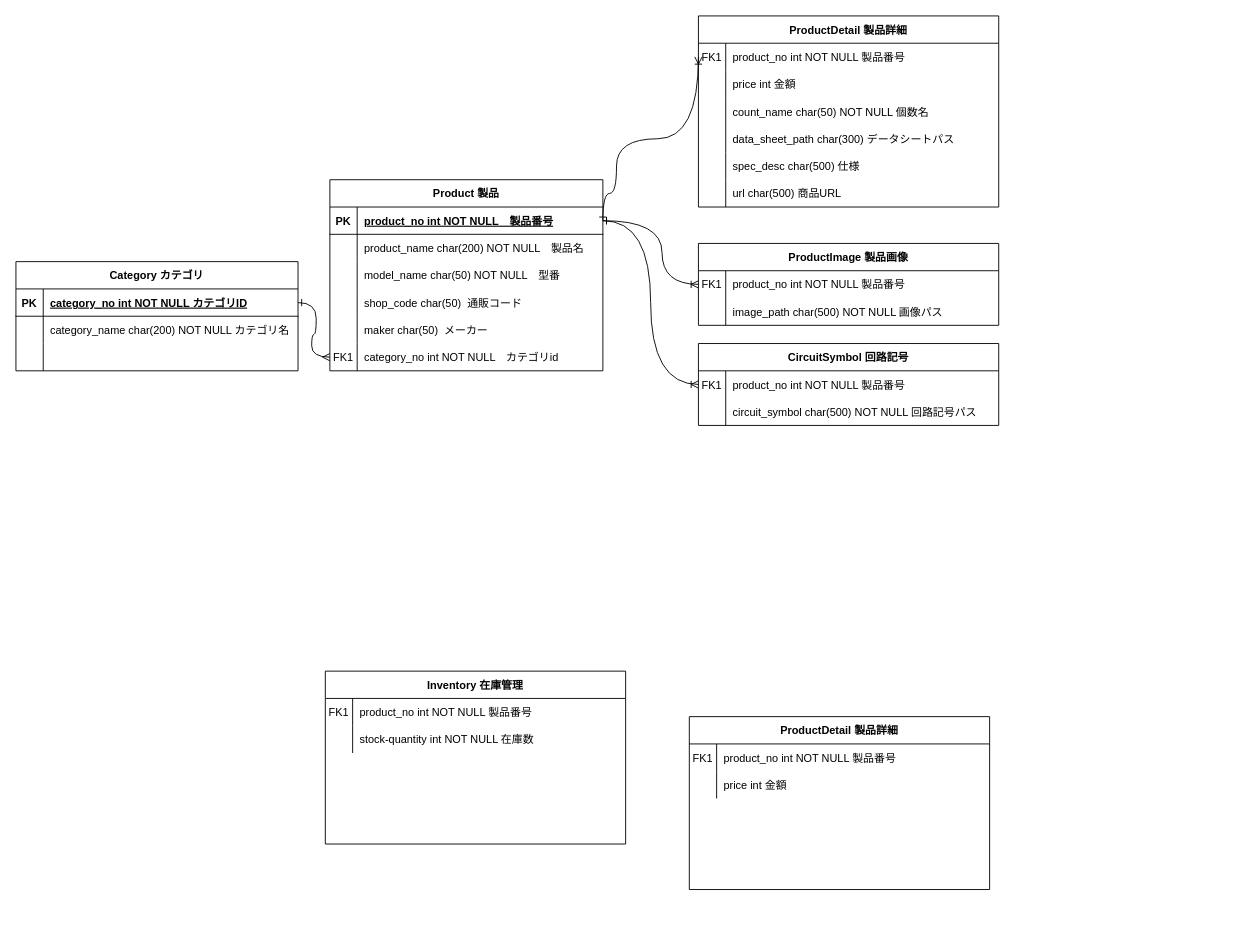
This is 電子部品管理.drawio from DJ956/Electronic-Parts-Inventory-Management-System, a draw.io file, before an edit. Source tidied: cells renumbered, new cells numbered last; positions are measured from the earlier drawing's top-left corner, leaving out a move shared by most shapes. Both pictures are drawn from the tidied source at 91%, with x=0, y=0 at pixel (15, 15).
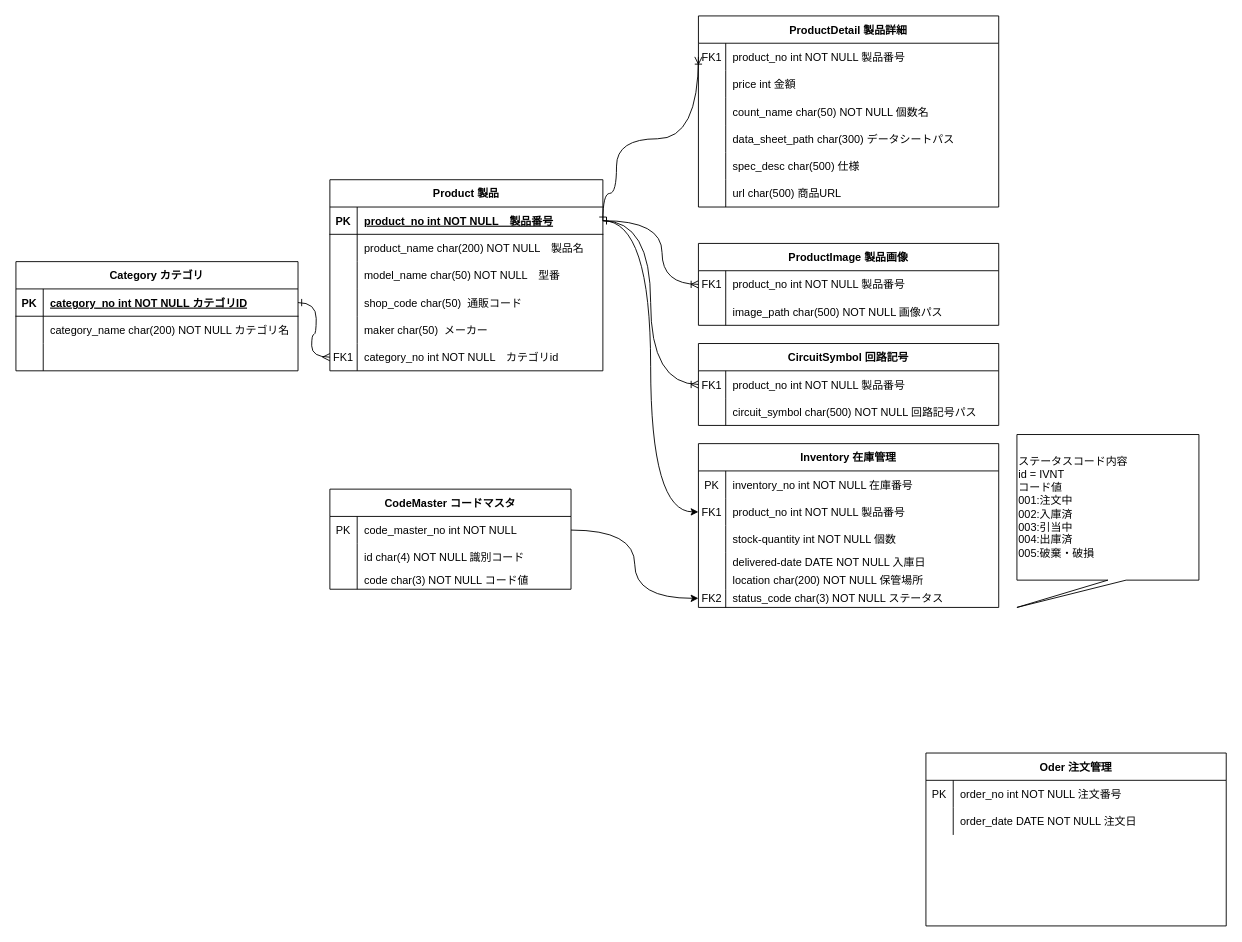
The same page after the edit.

Unchanged cells that the change refers to:
```xml
<mxCell id="3" style="shape=partialRectangle;fillColor=none;points=[[0,0.5],[1,0.5]];portConstraint=eastwest;top=0;left=0;right=0;bottom=1;" parent="2" vertex="1">
  <mxGeometry y="30" width="300" height="30" as="geometry" />
</mxCell>
<mxCell id="53" style="shape=partialRectangle;fillColor=none;top=0;left=0;right=0;bottom=0;" parent="52" vertex="1">
  <mxGeometry y="30" width="330" height="30" as="geometry" />
</mxCell>
<mxCell id="56" style="shape=partialRectangle;fillColor=none;top=0;left=0;right=0;bottom=0;" parent="52" vertex="1">
  <mxGeometry y="60" width="330" height="30" as="geometry" />
</mxCell>
```

Change to the diagram source:
```diff
@@
-    <mxCell id="52" value="ProductDetail 製品詳細" style="shape=table;startSize=30;childLayout=tableLayout;rowLines=0;fontStyle=1;align=center;" parent="1" vertex="1">
-      <mxGeometry x="740" y="770" width="330" height="190" as="geometry" />
+    <mxCell id="52" value="Oder 注文管理" style="shape=table;startSize=30;childLayout=tableLayout;rowLines=0;fontStyle=1;align=center;" parent="1" vertex="1">
+      <mxGeometry x="1000" y="810" width="330" height="190" as="geometry" />
     </mxCell>
@@
-    <mxCell id="54" value="FK1" style="shape=partialRectangle;overflow=hidden;fillColor=none;top=0;left=0;bottom=0;right=0;" parent="53" vertex="1">
+    <mxCell id="54" value="PK" style="shape=partialRectangle;overflow=hidden;fillColor=none;top=0;left=0;bottom=0;right=0;" parent="53" vertex="1">
       <mxGeometry width="30" height="30" as="geometry" />
     </mxCell>
-    <mxCell id="55" value="product_no int NOT NULL 製品番号" style="shape=partialRectangle;overflow=hidden;fillColor=none;top=0;left=0;bottom=0;right=0;align=left;spacingLeft=6;" parent="53" vertex="1">
+    <mxCell id="55" value="order_no int NOT NULL 注文番号" style="shape=partialRectangle;overflow=hidden;fillColor=none;top=0;left=0;bottom=0;right=0;align=left;spacingLeft=6;" parent="53" vertex="1">
       <mxGeometry x="30" width="300" height="30" as="geometry" />
     </mxCell>
@@
-    <mxCell id="58" value="price int 金額" style="shape=partialRectangle;overflow=hidden;fillColor=none;top=0;left=0;bottom=0;right=0;align=left;spacingLeft=6;" parent="56" vertex="1">
+    <mxCell id="58" value="order_date DATE NOT NULL 注文日" style="shape=partialRectangle;overflow=hidden;fillColor=none;top=0;left=0;bottom=0;right=0;align=left;spacingLeft=6;" parent="56" vertex="1">
       <mxGeometry x="30" width="300" height="30" as="geometry" />
     </mxCell>
@@
     <mxCell id="75" value="Inventory 在庫管理" style="shape=table;startSize=30;childLayout=tableLayout;rowLines=0;fontStyle=1;align=center;" parent="1" vertex="1">
-      <mxGeometry x="340" y="720" width="330" height="190" as="geometry" />
+      <mxGeometry x="750" y="470" width="330" height="180" as="geometry" />
     </mxCell>
+    <mxCell id="82" style="shape=partialRectangle;fillColor=none;top=0;left=0;right=0;bottom=0;" parent="75" vertex="1">
+      <mxGeometry y="30" width="330" height="30" as="geometry" />
+    </mxCell>
+    <mxCell id="83" value="PK" style="shape=partialRectangle;overflow=hidden;fillColor=none;top=0;left=0;bottom=0;right=0;" parent="82" vertex="1">
+      <mxGeometry width="30" height="30" as="geometry" />
+    </mxCell>
+    <mxCell id="84" value="inventory_no int NOT NULL 在庫番号" style="shape=partialRectangle;overflow=hidden;fillColor=none;top=0;left=0;bottom=0;right=0;align=left;spacingLeft=6;" parent="82" vertex="1">
+      <mxGeometry x="30" width="300" height="30" as="geometry" />
+    </mxCell>
     <mxCell id="76" style="shape=partialRectangle;fillColor=none;points=[[0,0.5],[1,0.5]];portConstraint=eastwest;top=0;left=0;right=0;bottom=0;" parent="75" vertex="1">
-      <mxGeometry y="30" width="330" height="30" as="geometry" />
+      <mxGeometry y="60" width="330" height="30" as="geometry" />
     </mxCell>
@@
     <mxCell id="79" style="shape=partialRectangle;fillColor=none;top=0;left=0;right=0;bottom=0;" parent="75" vertex="1">
-      <mxGeometry y="60" width="330" height="30" as="geometry" />
+      <mxGeometry y="90" width="330" height="30" as="geometry" />
     </mxCell>
@@
-    <mxCell id="81" value="stock-quantity int NOT NULL 在庫数" style="shape=partialRectangle;overflow=hidden;fillColor=none;top=0;left=0;bottom=0;right=0;align=left;spacingLeft=6;" parent="79" vertex="1">
+    <mxCell id="81" value="stock-quantity int NOT NULL 個数" style="shape=partialRectangle;overflow=hidden;fillColor=none;top=0;left=0;bottom=0;right=0;align=left;spacingLeft=6;" parent="79" vertex="1">
       <mxGeometry x="30" width="300" height="30" as="geometry" />
     </mxCell>
+    <mxCell id="85" style="shape=partialRectangle;fillColor=none;top=0;left=0;right=0;bottom=0;" parent="75" vertex="1">
+      <mxGeometry y="120" width="330" height="20" as="geometry" />
+    </mxCell>
+    <mxCell id="86" style="shape=partialRectangle;overflow=hidden;fillColor=none;top=0;left=0;bottom=0;right=0;" parent="85" vertex="1">
+      <mxGeometry width="30" height="20" as="geometry" />
+    </mxCell>
+    <mxCell id="87" value="delivered-date DATE NOT NULL 入庫日" style="shape=partialRectangle;overflow=hidden;fillColor=none;top=0;left=0;bottom=0;right=0;align=left;spacingLeft=6;" parent="85" vertex="1">
+      <mxGeometry x="30" width="300" height="20" as="geometry" />
+    </mxCell>
+    <mxCell id="88" style="shape=partialRectangle;fillColor=none;top=0;left=0;right=0;bottom=0;" parent="75" vertex="1">
+      <mxGeometry y="140" width="330" height="20" as="geometry" />
+    </mxCell>
+    <mxCell id="89" style="shape=partialRectangle;overflow=hidden;fillColor=none;top=0;left=0;bottom=0;right=0;" parent="88" vertex="1">
+      <mxGeometry width="30" height="20" as="geometry" />
+    </mxCell>
+    <mxCell id="90" value="location char(200) NOT NULL 保管場所" style="shape=partialRectangle;overflow=hidden;fillColor=none;top=0;left=0;bottom=0;right=0;align=left;spacingLeft=6;" parent="88" vertex="1">
+      <mxGeometry x="30" width="300" height="20" as="geometry" />
+    </mxCell>
+    <mxCell id="91" style="shape=partialRectangle;fillColor=none;points=[[0,0.5],[1,0.5]];portConstraint=eastwest;top=0;left=0;right=0;bottom=0;" parent="75" vertex="1">
+      <mxGeometry y="160" width="330" height="20" as="geometry" />
+    </mxCell>
+    <mxCell id="92" value="FK2" style="shape=partialRectangle;overflow=hidden;fillColor=none;top=0;left=0;bottom=0;right=0;" parent="91" vertex="1">
+      <mxGeometry width="30" height="20" as="geometry" />
+    </mxCell>
+    <mxCell id="93" value="status_code char(3) NOT NULL ステータス" style="shape=partialRectangle;overflow=hidden;fillColor=none;top=0;left=0;bottom=0;right=0;align=left;spacingLeft=6;" parent="91" vertex="1">
+      <mxGeometry x="30" width="300" height="20" as="geometry" />
+    </mxCell>
+    <mxCell id="94" style="edgeStyle=orthogonalEdgeStyle;jettySize=auto;html=1;exitX=1;exitY=0.5;exitDx=0;exitDy=0;curved=1;" parent="1" edge="1" source="3" target="76">
+      <mxGeometry relative="1" as="geometry" />
+    </mxCell>
+    <mxCell id="95" value="CodeMaster コードマスタ" style="shape=table;startSize=30;childLayout=tableLayout;rowLines=0;fontStyle=1;align=center;" parent="1" vertex="1">
+      <mxGeometry x="345" y="520" width="265" height="110" as="geometry" />
+    </mxCell>
+    <mxCell id="96" style="shape=partialRectangle;fillColor=none;points=[[0,0.5],[1,0.5]];portConstraint=eastwest;top=0;left=0;right=0;bottom=0;" parent="95" vertex="1">
+      <mxGeometry y="30" width="265" height="30" as="geometry" />
+    </mxCell>
+    <mxCell id="97" value="PK" style="shape=partialRectangle;overflow=hidden;fillColor=none;top=0;left=0;bottom=0;right=0;" parent="96" vertex="1">
+      <mxGeometry width="30" height="30" as="geometry" />
+    </mxCell>
+    <mxCell id="98" value="code_master_no int NOT NULL" style="shape=partialRectangle;overflow=hidden;fillColor=none;top=0;left=0;bottom=0;right=0;align=left;spacingLeft=6;" parent="96" vertex="1">
+      <mxGeometry x="30" width="235" height="30" as="geometry" />
+    </mxCell>
+    <mxCell id="99" style="shape=partialRectangle;fillColor=none;top=0;left=0;right=0;bottom=0;" parent="95" vertex="1">
+      <mxGeometry y="60" width="265" height="30" as="geometry" />
+    </mxCell>
+    <mxCell id="100" style="shape=partialRectangle;overflow=hidden;fillColor=none;top=0;left=0;bottom=0;right=0;" parent="99" vertex="1">
+      <mxGeometry width="30" height="30" as="geometry" />
+    </mxCell>
+    <mxCell id="101" value="id char(4) NOT NULL 識別コード" style="shape=partialRectangle;overflow=hidden;fillColor=none;top=0;left=0;bottom=0;right=0;align=left;spacingLeft=6;" parent="99" vertex="1">
+      <mxGeometry x="30" width="235" height="30" as="geometry" />
+    </mxCell>
+    <mxCell id="102" style="shape=partialRectangle;fillColor=none;top=0;left=0;right=0;bottom=0;" parent="95" vertex="1">
+      <mxGeometry y="90" width="265" height="20" as="geometry" />
+    </mxCell>
+    <mxCell id="103" style="shape=partialRectangle;overflow=hidden;fillColor=none;top=0;left=0;bottom=0;right=0;" parent="102" vertex="1">
+      <mxGeometry width="30" height="20" as="geometry" />
+    </mxCell>
+    <mxCell id="104" value="code char(3) NOT NULL コード値" style="shape=partialRectangle;overflow=hidden;fillColor=none;top=0;left=0;bottom=0;right=0;align=left;spacingLeft=6;" parent="102" vertex="1">
+      <mxGeometry x="30" width="235" height="20" as="geometry" />
+    </mxCell>
+    <mxCell id="105" style="edgeStyle=orthogonalEdgeStyle;curved=1;jettySize=auto;html=1;" parent="1" edge="1" source="96" target="91">
+      <mxGeometry relative="1" as="geometry" />
+    </mxCell>
+    <mxCell id="106" value="ステータスコード内容&lt;br&gt;id = IVNT&lt;br&gt;コード値&lt;br&gt;001:注文中&lt;br&gt;002:入庫済&lt;br&gt;003:引当中&lt;br&gt;004:出庫済&lt;br&gt;005:破棄・破損" style="shape=callout;whiteSpace=wrap;html=1;perimeter=calloutPerimeter;position2=0;align=left;" parent="1" vertex="1">
+      <mxGeometry x="1100" y="460" width="200" height="190" as="geometry" />
+    </mxCell>
```
